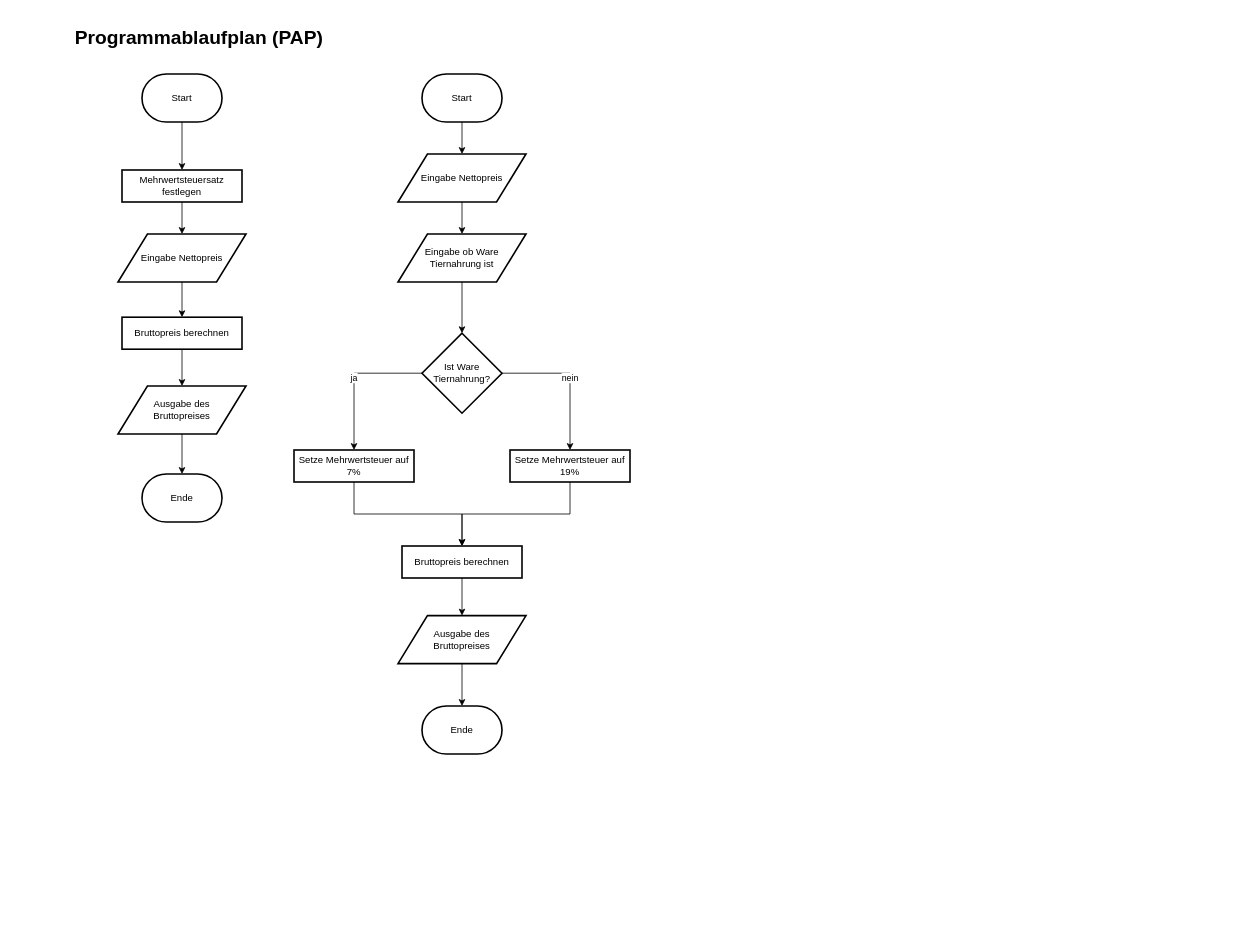
Above: projekte/Java-Fundamentals/P007-Verzweigungen/src/Verzweigung-Programmablaufplan.drawio in KSchenker/programmierlogik-2024 (draw.io), before the change. Source tidied: cells renumbered, new cells numbered last; positions are measured from the earlier drawing's top-left corner, leaving out a move shared by most shapes. Both pictures are drawn from the tidied source at 80%, with x=0, y=0 at pixel (14, 26).
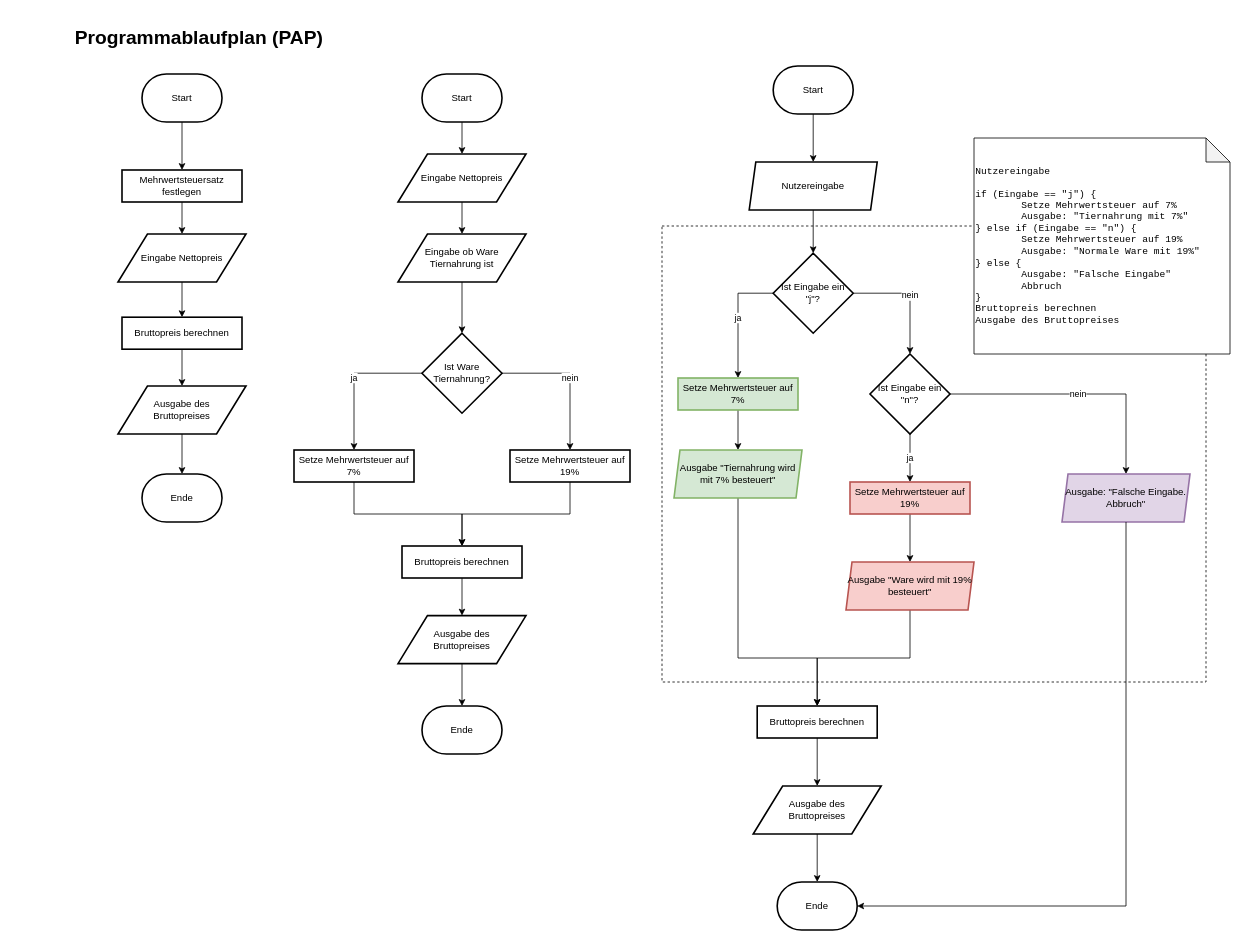
Above is the later version.

Change to the diagram source:
```diff
@@
+    <mxCell id="32" style="rounded=0;whiteSpace=wrap;html=1;fillColor=none;dashed=1;" parent="1" vertex="1">
+      <mxGeometry x="810" y="250" width="680" height="570" as="geometry" />
+    </mxCell>
@@
+    <mxCell id="33" style="edgeStyle=orthogonalEdgeStyle;rounded=0;jettySize=auto;html=1;" parent="1" edge="1" source="34" target="36">
+      <mxGeometry relative="1" as="geometry" />
+    </mxCell>
+    <mxCell id="34" value="Start" style="strokeWidth=2;html=1;shape=mxgraph.flowchart.terminator;whiteSpace=wrap;" parent="1" vertex="1">
+      <mxGeometry x="949" y="50" width="100" height="60" as="geometry" />
+    </mxCell>
+    <mxCell id="35" style="edgeStyle=orthogonalEdgeStyle;rounded=0;jettySize=auto;html=1;" parent="1" edge="1" source="36" target="39">
+      <mxGeometry relative="1" as="geometry" />
+    </mxCell>
+    <mxCell id="36" value="Nutzereingabe" style="shape=parallelogram;html=1;strokeWidth=2;perimeter=parallelogramPerimeter;whiteSpace=wrap;rounded=1;arcSize=0;size=0.051562500000000004;" parent="1" vertex="1">
+      <mxGeometry x="919" y="170" width="160" height="60" as="geometry" />
+    </mxCell>
+    <mxCell id="37" value="ja" style="edgeStyle=orthogonalEdgeStyle;rounded=0;jettySize=auto;html=1;exitX=0;exitY=0.5;exitDx=0;exitDy=0;exitPerimeter=0;" parent="1" edge="1" source="39" target="41">
+      <mxGeometry relative="1" as="geometry" />
+    </mxCell>
+    <mxCell id="38" value="nein" style="edgeStyle=orthogonalEdgeStyle;rounded=0;jettySize=auto;html=1;" parent="1" edge="1" source="39" target="46">
+      <mxGeometry relative="1" as="geometry" />
+    </mxCell>
+    <mxCell id="39" value="Ist Eingabe ein &quot;j&quot;?" style="strokeWidth=2;html=1;shape=mxgraph.flowchart.decision;whiteSpace=wrap;" parent="1" vertex="1">
+      <mxGeometry x="949" y="284" width="100" height="100" as="geometry" />
+    </mxCell>
+    <mxCell id="40" style="edgeStyle=orthogonalEdgeStyle;rounded=0;jettySize=auto;html=1;" parent="1" edge="1" source="41" target="43">
+      <mxGeometry relative="1" as="geometry" />
+    </mxCell>
+    <mxCell id="41" value="Setze Mehrwertsteuer auf 7%" style="rounded=1;whiteSpace=wrap;html=1;absoluteArcSize=1;arcSize=0;strokeWidth=2;fillColor=#d5e8d4;strokeColor=#82b366;" parent="1" vertex="1">
+      <mxGeometry x="830" y="440" width="150" height="40" as="geometry" />
+    </mxCell>
+    <mxCell id="42" style="edgeStyle=orthogonalEdgeStyle;rounded=0;jettySize=auto;html=1;" parent="1" edge="1" source="43" target="53">
+      <mxGeometry relative="1" as="geometry">
+        <Array as="points">
+          <mxPoint x="905" y="790" />
+          <mxPoint x="1004" y="790" />
+        </Array>
+      </mxGeometry>
+    </mxCell>
+    <mxCell id="43" value="Ausgabe &quot;Tiernahrung wird mit 7% besteuert&quot;" style="shape=parallelogram;html=1;strokeWidth=2;perimeter=parallelogramPerimeter;whiteSpace=wrap;rounded=1;arcSize=0;size=0.046875;fillColor=#d5e8d4;strokeColor=#82b366;" parent="1" vertex="1">
+      <mxGeometry x="825" y="530" width="160" height="60" as="geometry" />
+    </mxCell>
+    <mxCell id="44" value="ja" style="edgeStyle=orthogonalEdgeStyle;rounded=0;jettySize=auto;html=1;" parent="1" edge="1" source="46" target="48">
+      <mxGeometry relative="1" as="geometry" />
+    </mxCell>
+    <mxCell id="45" value="nein" style="edgeStyle=orthogonalEdgeStyle;rounded=0;jettySize=auto;html=1;" parent="1" edge="1" source="46" target="51">
+      <mxGeometry relative="1" as="geometry" />
+    </mxCell>
+    <mxCell id="46" value="Ist Eingabe ein &quot;n&quot;?" style="strokeWidth=2;html=1;shape=mxgraph.flowchart.decision;whiteSpace=wrap;" parent="1" vertex="1">
+      <mxGeometry x="1070" y="410" width="100" height="100" as="geometry" />
+    </mxCell>
+    <mxCell id="47" style="edgeStyle=orthogonalEdgeStyle;rounded=0;jettySize=auto;html=1;" parent="1" edge="1" source="48" target="50">
+      <mxGeometry relative="1" as="geometry" />
+    </mxCell>
+    <mxCell id="48" value="Setze Mehrwertsteuer auf 19%" style="rounded=1;whiteSpace=wrap;html=1;absoluteArcSize=1;arcSize=0;strokeWidth=2;fillColor=#f8cecc;strokeColor=#b85450;" parent="1" vertex="1">
+      <mxGeometry x="1045" y="570" width="150" height="40" as="geometry" />
+    </mxCell>
+    <mxCell id="49" style="edgeStyle=orthogonalEdgeStyle;rounded=0;jettySize=auto;html=1;entryX=0.5;entryY=0;entryDx=0;entryDy=0;" parent="1" edge="1" source="50" target="53">
+      <mxGeometry relative="1" as="geometry" />
+    </mxCell>
+    <mxCell id="50" value="Ausgabe &quot;Ware wird mit 19% besteuert&quot;" style="shape=parallelogram;html=1;strokeWidth=2;perimeter=parallelogramPerimeter;whiteSpace=wrap;rounded=1;arcSize=0;size=0.046875;fillColor=#f8cecc;strokeColor=#b85450;" parent="1" vertex="1">
+      <mxGeometry x="1040" y="670" width="160" height="60" as="geometry" />
+    </mxCell>
+    <mxCell id="51" value="Ausgabe: &quot;Falsche Eingabe. Abbruch&quot;" style="shape=parallelogram;html=1;strokeWidth=2;perimeter=parallelogramPerimeter;whiteSpace=wrap;rounded=1;arcSize=0;size=0.046875;fillColor=#e1d5e7;strokeColor=#9673a6;" parent="1" vertex="1">
+      <mxGeometry x="1310" y="560" width="160" height="60" as="geometry" />
+    </mxCell>
+    <mxCell id="52" style="edgeStyle=orthogonalEdgeStyle;rounded=0;jettySize=auto;html=1;" parent="1" edge="1" source="53" target="55">
+      <mxGeometry relative="1" as="geometry" />
+    </mxCell>
+    <mxCell id="53" value="Bruttopreis berechnen" style="rounded=1;whiteSpace=wrap;html=1;absoluteArcSize=1;arcSize=0;strokeWidth=2;" parent="1" vertex="1">
+      <mxGeometry x="929" y="850" width="150" height="40" as="geometry" />
+    </mxCell>
+    <mxCell id="54" style="edgeStyle=orthogonalEdgeStyle;rounded=0;jettySize=auto;html=1;" parent="1" edge="1" source="55" target="56">
+      <mxGeometry relative="1" as="geometry" />
+    </mxCell>
+    <mxCell id="55" value="Ausgabe des &lt;br&gt;Bruttopreises" style="shape=parallelogram;html=1;strokeWidth=2;perimeter=parallelogramPerimeter;whiteSpace=wrap;rounded=1;arcSize=0;size=0.23;" parent="1" vertex="1">
+      <mxGeometry x="924" y="950" width="160" height="60" as="geometry" />
+    </mxCell>
+    <mxCell id="56" value="Ende" style="strokeWidth=2;html=1;shape=mxgraph.flowchart.terminator;whiteSpace=wrap;" parent="1" vertex="1">
+      <mxGeometry x="954" y="1070" width="100" height="60" as="geometry" />
+    </mxCell>
+    <mxCell id="57" style="edgeStyle=orthogonalEdgeStyle;rounded=0;jettySize=auto;html=1;entryX=1;entryY=0.5;entryDx=0;entryDy=0;entryPerimeter=0;" parent="1" edge="1" source="51" target="56">
+      <mxGeometry relative="1" as="geometry">
+        <Array as="points">
+          <mxPoint x="1390" y="1100" />
+        </Array>
+      </mxGeometry>
+    </mxCell>
+    <mxCell id="58" value="&lt;div&gt;Nutzereingabe&lt;/div&gt;&lt;div&gt;&lt;br&gt;&lt;/div&gt;if (Eingabe == &quot;j&quot;) {&lt;div&gt;&lt;span style=&quot;white-space: pre;&quot;&gt;&#9;&lt;/span&gt;Setze Mehrwertsteuer auf 7%&lt;br&gt;&lt;/div&gt;&lt;div&gt;&lt;span style=&quot;white-space: pre;&quot;&gt;&#9;&lt;/span&gt;Ausgabe: &quot;Tiernahrung mit 7%&quot;&lt;br&gt;&lt;/div&gt;&lt;div&gt;} else if (Eingabe == &quot;n&quot;) {&lt;/div&gt;&lt;div&gt;&lt;span style=&quot;white-space: pre;&quot;&gt;&#9;&lt;/span&gt;Setze Mehrwertsteuer auf 19%&lt;br&gt;&lt;/div&gt;&lt;div&gt;&lt;span style=&quot;white-space: pre;&quot;&gt;&#9;&lt;/span&gt;Ausgabe: &quot;Normale Ware mit 19%&quot;&lt;br&gt;&lt;/div&gt;&lt;div&gt;} else {&lt;/div&gt;&lt;div&gt;&lt;span style=&quot;white-space: pre;&quot;&gt;&#9;&lt;/span&gt;Ausgabe: &quot;Falsche Eingabe&quot;&lt;br&gt;&lt;/div&gt;&lt;div&gt;&lt;span style=&quot;white-space: pre;&quot;&gt;&#9;&lt;/span&gt;Abbruch&lt;br&gt;&lt;/div&gt;&lt;div&gt;}&lt;/div&gt;&lt;div&gt;Bruttopreis berechnen&lt;/div&gt;&lt;div&gt;Ausgabe des Bruttopreises&lt;/div&gt;" style="shape=note;whiteSpace=wrap;html=1;backgroundOutline=1;darkOpacity=0.05;align=left;fontFamily=Courier New;" parent="1" vertex="1">
+      <mxGeometry x="1200" y="140" width="320" height="270" as="geometry" />
+    </mxCell>
```
